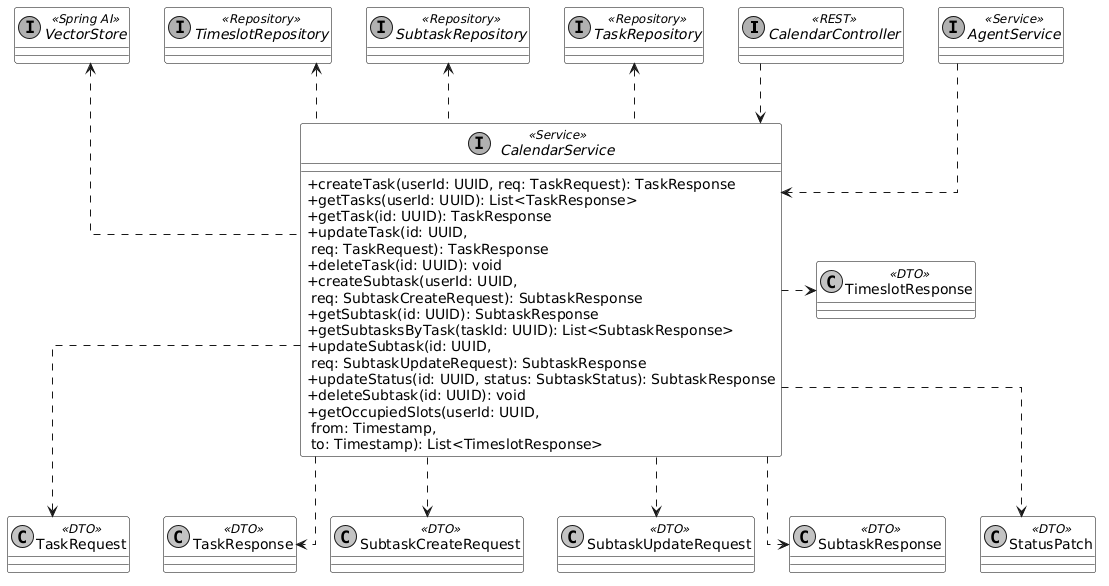
Earlier version of the PlantUML export picture/diagrams/class_service_calendar.png (Hohichh/Diploma-project-notes).
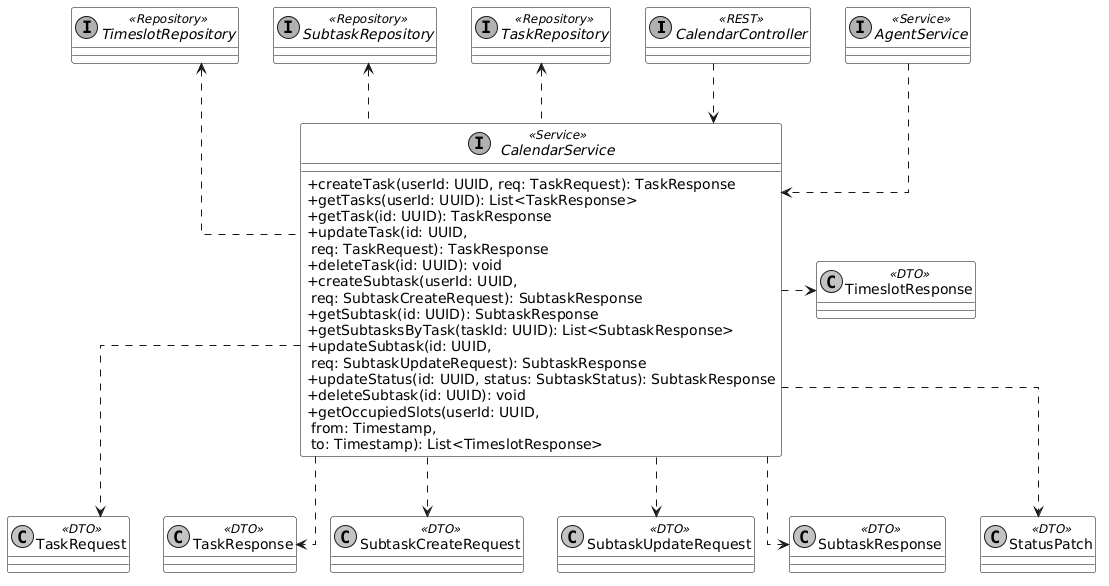
The same diagram one commit later.

Diff of the diagram source:
```diff
@@ -20,7 +20,6 @@
 interface TaskRepository <<Repository>>
 interface SubtaskRepository <<Repository>>
 interface TimeslotRepository <<Repository>>
-interface VectorStore <<Spring AI>>
 
 
 class TaskRequest <<DTO>>
@@ -52,7 +51,6 @@
 CalendarService .up.> TaskRepository
 CalendarService .up.> SubtaskRepository
 CalendarService .up.> TimeslotRepository
-CalendarService .up.> VectorStore
 
 
 
```
